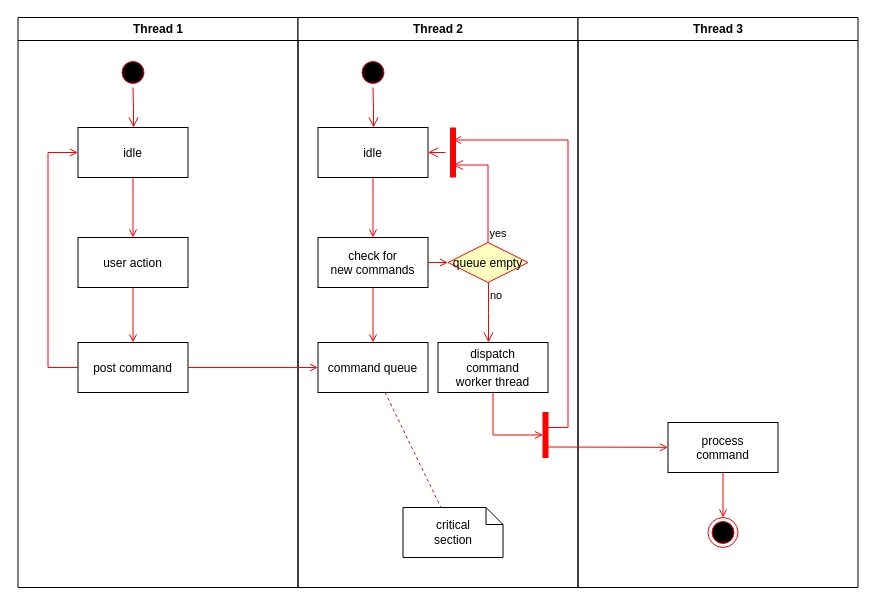
The draw.io diagram ActivityRegister.drawio in NguyenQuocAn99/MyDiagram, before the edit. Source tidied: cells renumbered, new cells numbered last; positions are measured from the earlier drawing's top-left corner, leaving out a move shared by most shapes. Both pictures are drawn from the tidied source at 100%, with x=0, y=0 at pixel (17, 17).
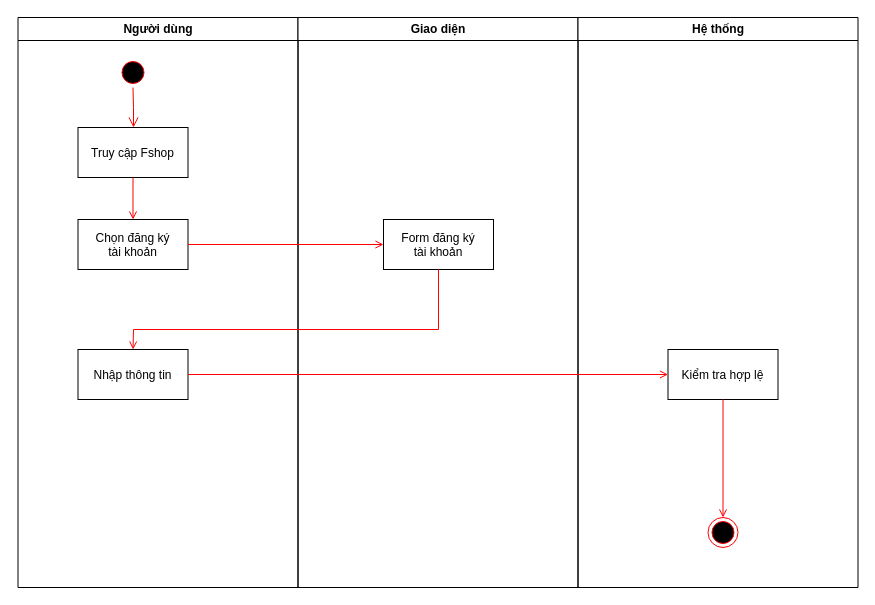
After the change.

Change to the diagram source:
```diff
@@
-    <mxCell id="2" value="Thread 1" style="swimlane;whiteSpace=wrap;" parent="1" vertex="1">
+    <mxCell id="2" value="Người dùng" style="swimlane;whiteSpace=wrap;" parent="1" vertex="1">
       <mxGeometry x="0.5" width="280" height="570" as="geometry" />
     </mxCell>
@@
-    <mxCell id="5" value="idle" parent="2" vertex="1">
+    <mxCell id="5" value="Truy cập Fshop" parent="2" vertex="1">
       <mxGeometry x="60" y="110" width="110" height="50" as="geometry" />
     </mxCell>
-    <mxCell id="6" value="user action" parent="2" vertex="1">
-      <mxGeometry x="60" y="220" width="110" height="50" as="geometry" />
+    <mxCell id="6" value="Chọn đăng ký &#10;tài khoản" parent="2" vertex="1">
+      <mxGeometry x="60" y="202" width="110" height="50" as="geometry" />
     </mxCell>
@@
-    <mxCell id="8" value="post command" parent="2" vertex="1">
-      <mxGeometry x="60" y="325" width="110" height="50" as="geometry" />
-    </mxCell>
-    <mxCell id="9" style="endArrow=open;strokeColor=#FF0000;endFill=1;rounded=0;" parent="2" edge="1" source="6" target="8">
-      <mxGeometry relative="1" as="geometry" />
-    </mxCell>
-    <mxCell id="10" style="edgeStyle=elbowEdgeStyle;elbow=horizontal;strokeColor=#FF0000;endArrow=open;endFill=1;rounded=0;" parent="2" edge="1" source="8" target="5">
-      <mxGeometry relative="1" as="geometry">
-        <Array as="points">
-          <mxPoint x="30" y="250" />
-        </Array>
-      </mxGeometry>
-    </mxCell>
+    <mxCell id="37" value="Nhập thông tin" parent="2" vertex="1">
+      <mxGeometry x="60" y="332" width="110" height="50" as="geometry" />
+    </mxCell>
-    <mxCell id="11" value="Thread 2" style="swimlane;whiteSpace=wrap;" parent="1" vertex="1">
+    <mxCell id="11" value="Giao diện" style="swimlane;whiteSpace=wrap;" parent="1" vertex="1">
       <mxGeometry x="280.5" width="280" height="570" as="geometry" />
     </mxCell>
-    <mxCell id="12" style="ellipse;shape=startState;fillColor=#000000;strokeColor=#ff0000;" parent="11" vertex="1">
-      <mxGeometry x="60" y="40" width="30" height="30" as="geometry" />
-    </mxCell>
-    <mxCell id="13" style="edgeStyle=elbowEdgeStyle;elbow=horizontal;verticalAlign=bottom;endArrow=open;endSize=8;strokeColor=#FF0000;endFill=1;rounded=0;" parent="11" edge="1" source="12" target="14">
-      <mxGeometry x="40" y="20" as="geometry" />
-    </mxCell>
-    <mxCell id="14" value="idle" parent="11" vertex="1">
-      <mxGeometry x="20" y="110" width="110" height="50" as="geometry" />
-    </mxCell>
-    <mxCell id="15" value="check for &#10;new commands" parent="11" vertex="1">
-      <mxGeometry x="20" y="220" width="110" height="50" as="geometry" />
-    </mxCell>
-    <mxCell id="16" style="endArrow=open;strokeColor=#FF0000;endFill=1;rounded=0;" parent="11" edge="1" source="14" target="15">
-      <mxGeometry relative="1" as="geometry" />
-    </mxCell>
-    <mxCell id="17" value="command queue" parent="11" vertex="1">
-      <mxGeometry x="20" y="325" width="110" height="50" as="geometry" />
-    </mxCell>
-    <mxCell id="18" style="endArrow=open;strokeColor=#FF0000;endFill=1;rounded=0;" parent="11" edge="1" source="15" target="17">
-      <mxGeometry relative="1" as="geometry" />
-    </mxCell>
-    <mxCell id="19" value="queue empty" style="rhombus;fillColor=#ffffc0;strokeColor=#ff0000;" parent="11" vertex="1">
-      <mxGeometry x="150" y="225" width="80" height="40" as="geometry" />
-    </mxCell>
-    <mxCell id="20" value="yes" style="edgeStyle=elbowEdgeStyle;elbow=horizontal;align=left;verticalAlign=bottom;endArrow=open;endSize=8;strokeColor=#FF0000;exitX=0.5;exitY=0;endFill=1;rounded=0;entryX=0.75;entryY=0.5;entryPerimeter=0;" parent="11" edge="1" source="19" target="23">
-      <mxGeometry x="-1" relative="1" as="geometry">
-        <Array as="points">
-          <mxPoint x="190" y="180" />
-        </Array>
-      </mxGeometry>
-    </mxCell>
-    <mxCell id="21" value="no" style="edgeStyle=elbowEdgeStyle;elbow=horizontal;align=left;verticalAlign=top;endArrow=open;endSize=8;strokeColor=#FF0000;endFill=1;rounded=0;" parent="11" edge="1" source="19" target="25">
-      <mxGeometry x="-1" relative="1" as="geometry" />
-    </mxCell>
-    <mxCell id="22" style="endArrow=open;strokeColor=#FF0000;endFill=1;rounded=0;" parent="11" edge="1" source="15" target="19">
-      <mxGeometry relative="1" as="geometry" />
-    </mxCell>
-    <mxCell id="23" style="shape=line;strokeWidth=6;strokeColor=#ff0000;rotation=90;" parent="11" vertex="1">
-      <mxGeometry x="130" y="127.5" width="50" height="15" as="geometry" />
-    </mxCell>
-    <mxCell id="24" style="edgeStyle=elbowEdgeStyle;elbow=horizontal;verticalAlign=bottom;endArrow=open;endSize=8;strokeColor=#FF0000;endFill=1;rounded=0;" parent="11" edge="1" source="23" target="14">
-      <mxGeometry x="130" y="90" as="geometry" />
-    </mxCell>
-    <mxCell id="25" value="dispatch&#10;command&#10;worker thread" parent="11" vertex="1">
-      <mxGeometry x="140" y="325" width="110" height="50" as="geometry" />
-    </mxCell>
-    <mxCell id="26" value="critical&#10;section" style="shape=note;whiteSpace=wrap;size=17;" parent="11" vertex="1">
-      <mxGeometry x="105" y="490" width="100" height="50" as="geometry" />
-    </mxCell>
-    <mxCell id="27" style="endArrow=none;strokeColor=#FF0000;endFill=0;rounded=0;dashed=1;" parent="11" edge="1" source="17" target="26">
-      <mxGeometry relative="1" as="geometry" />
-    </mxCell>
-    <mxCell id="28" style="whiteSpace=wrap;strokeColor=#FF0000;fillColor=#FF0000;" parent="11" vertex="1">
-      <mxGeometry x="245" y="395" width="5" height="45" as="geometry" />
-    </mxCell>
-    <mxCell id="29" style="edgeStyle=elbowEdgeStyle;elbow=horizontal;entryX=0;entryY=0.5;strokeColor=#FF0000;endArrow=open;endFill=1;rounded=0;" parent="11" edge="1" source="25" target="28">
-      <mxGeometry relative="1" as="geometry">
-        <Array as="points">
-          <mxPoint x="195" y="400" />
-        </Array>
-      </mxGeometry>
-    </mxCell>
+    <mxCell id="38" value="Form đăng ký &#10;tài khoản" parent="11" vertex="1">
+      <mxGeometry x="85.5" y="202" width="110" height="50" as="geometry" />
+    </mxCell>
-    <mxCell id="30" value="Thread 3" style="swimlane;whiteSpace=wrap;" parent="1" vertex="1">
+    <mxCell id="30" value="Hệ thống" style="swimlane;whiteSpace=wrap;" parent="1" vertex="1">
       <mxGeometry x="560.5" width="280" height="570" as="geometry" />
     </mxCell>
-    <mxCell id="31" value="process&#10;command" parent="30" vertex="1">
-      <mxGeometry x="90" y="405" width="110" height="50" as="geometry" />
+    <mxCell id="31" value="Kiểm tra hợp lệ" parent="30" vertex="1">
+      <mxGeometry x="90" y="332" width="110" height="50" as="geometry" />
     </mxCell>
-    <mxCell id="32" style="edgeStyle=elbowEdgeStyle;elbow=horizontal;strokeColor=#FF0000;endArrow=open;endFill=1;rounded=0;entryX=0.25;entryY=0.5;entryPerimeter=0;" parent="30" edge="1" target="23">
-      <mxGeometry relative="1" as="geometry">
-        <mxPoint x="-30" y="410" as="sourcePoint" />
-        <Array as="points">
-          <mxPoint x="-10" y="135" />
-        </Array>
-      </mxGeometry>
-    </mxCell>
-    <mxCell id="33" style="edgeStyle=none;strokeColor=#FF0000;endArrow=open;endFill=1;rounded=0;" parent="30" edge="1" target="31">
-      <mxGeometry relative="1" as="geometry">
-        <mxPoint x="-30" y="429.5" as="sourcePoint" />
-      </mxGeometry>
-    </mxCell>
@@
-    <mxCell id="36" style="endArrow=open;strokeColor=#FF0000;endFill=1;rounded=0;" parent="1" edge="1" source="8" target="17">
+    <mxCell id="36" style="endArrow=open;strokeColor=#FF0000;endFill=1;rounded=0;entryX=0;entryY=0.5;entryDx=0;entryDy=0;exitX=1;exitY=0.5;exitDx=0;exitDy=0;" parent="1" edge="1" source="6" target="38">
       <mxGeometry relative="1" as="geometry" />
     </mxCell>
+    <mxCell id="39" style="endArrow=open;strokeColor=#FF0000;endFill=1;rounded=0;exitX=0.5;exitY=1;exitDx=0;exitDy=0;entryX=0.5;entryY=0;entryDx=0;entryDy=0;" parent="1" edge="1" source="38" target="37">
+      <mxGeometry relative="1" as="geometry">
+        <Array as="points">
+          <mxPoint x="421" y="312" />
+          <mxPoint x="116" y="312" />
+        </Array>
+      </mxGeometry>
+    </mxCell>
+    <mxCell id="40" style="endArrow=open;strokeColor=#FF0000;endFill=1;rounded=0;entryX=0;entryY=0.5;entryDx=0;entryDy=0;exitX=1;exitY=0.5;exitDx=0;exitDy=0;" parent="1" edge="1" source="37" target="31">
+      <mxGeometry relative="1" as="geometry" />
+    </mxCell>
```
